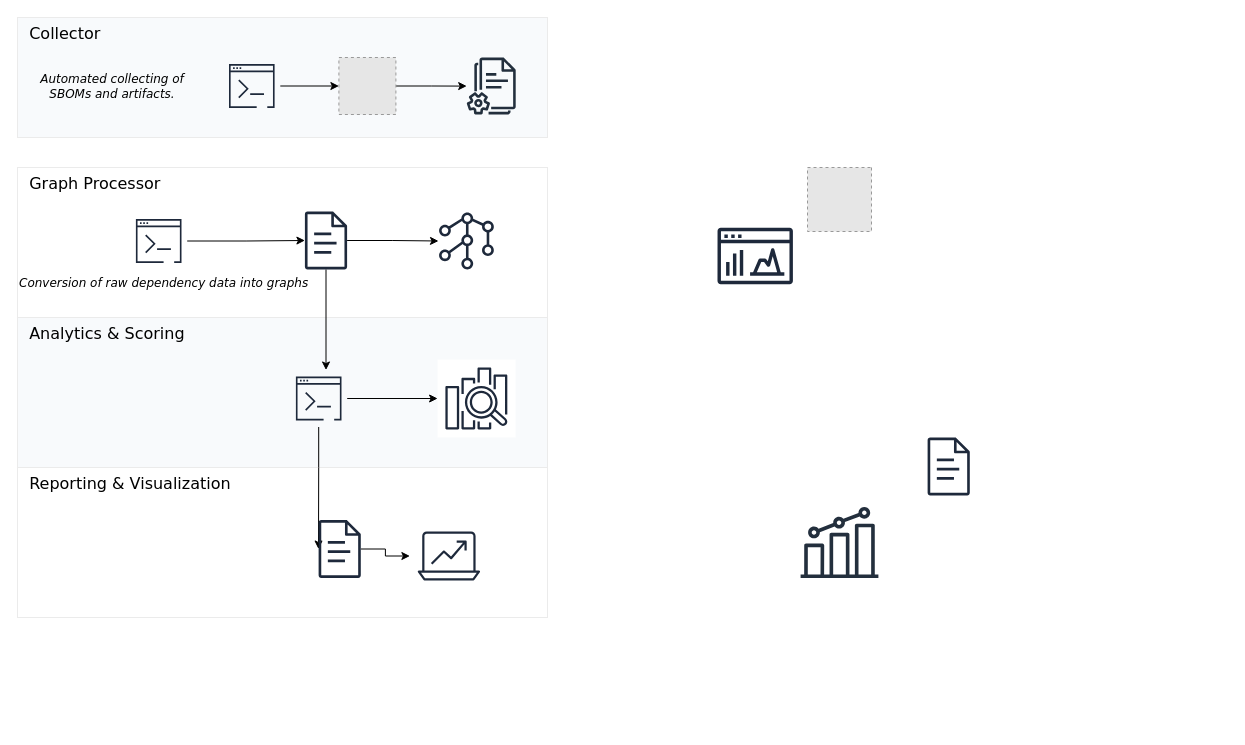
Above: workflow_diagram.drawio in sergio-oliveira-br/GraphAOT (draw.io), before the change. Source tidied: cells renumbered, new cells numbered last; positions are measured from the earlier drawing's top-left corner, leaving out a move shared by most shapes. Both pictures are drawn from the tidied source at 100%, with x=0, y=0 at pixel (17, 17). Pictures stored in the file or linked from it are replaced by grey dashed boxes.
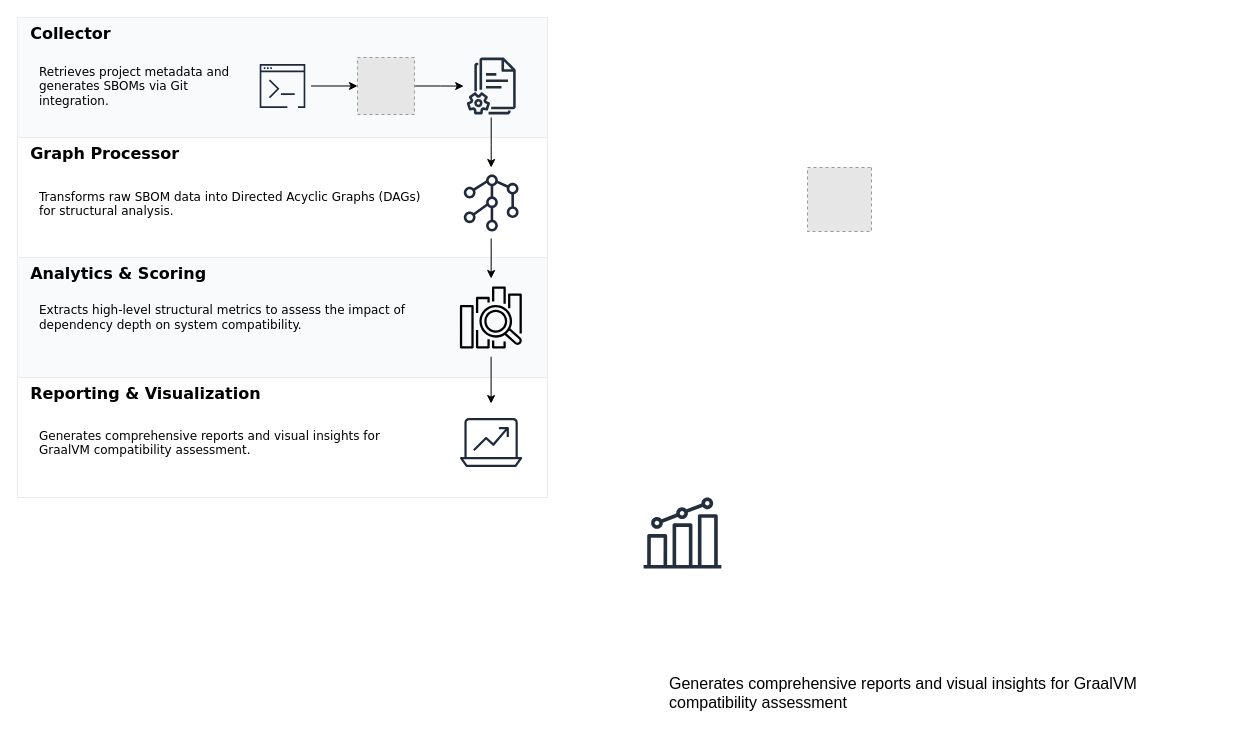
The same diagram, later.

Change to the diagram source:
```diff
@@
-    <mxCell id="2" value="&lt;span style=&quot;font-size: medium;&quot;&gt;&lt;font face=&quot;Verdana&quot;&gt;&amp;nbsp; Collector&lt;/font&gt;&lt;/span&gt;" style="verticalAlign=top;fontStyle=0;whiteSpace=wrap;html=1;align=left;glass=0;fillStyle=auto;strokeColor=light-dark(#ebebeb, #ededed);fillColor=light-dark(#F8FAFC,#EDEDED);" parent="1" vertex="1">
+    <mxCell id="2" value="&lt;span style=&quot;font-size: medium;&quot;&gt;&lt;font face=&quot;Verdana&quot;&gt;&lt;b&gt;&amp;nbsp; Collector&lt;/b&gt;&lt;/font&gt;&lt;/span&gt;" style="verticalAlign=top;fontStyle=0;whiteSpace=wrap;html=1;align=left;glass=0;fillStyle=auto;strokeColor=light-dark(#ebebeb, #ededed);fillColor=light-dark(#F8FAFC,#EDEDED);" parent="1" vertex="1">
       <mxGeometry width="530" height="120" as="geometry" />
     </mxCell>
-    <mxCell id="3" value="&lt;span style=&quot;font-size: medium;&quot;&gt;&lt;font face=&quot;Verdana&quot;&gt;&amp;nbsp; Graph Processor&lt;/font&gt;&lt;/span&gt;" style="verticalAlign=top;fontStyle=0;whiteSpace=wrap;html=1;align=left;strokeColor=light-dark(#ebebeb, #ededed);" parent="1" vertex="1">
-      <mxGeometry y="150" width="530" height="150" as="geometry" />
+    <mxCell id="3" value="&lt;span style=&quot;font-size: medium;&quot;&gt;&lt;font face=&quot;Verdana&quot;&gt;&lt;b&gt;&amp;nbsp; Graph Processor&lt;/b&gt;&lt;/font&gt;&lt;/span&gt;" style="verticalAlign=top;fontStyle=0;whiteSpace=wrap;html=1;align=left;strokeColor=light-dark(#ebebeb, #ededed);fillColor=light-dark(#FFFFFF,#EDEDED);" parent="1" vertex="1">
+      <mxGeometry y="120" width="530" height="120" as="geometry" />
     </mxCell>
-    <mxCell id="4" value="&lt;span style=&quot;font-size: medium;&quot;&gt;&lt;font face=&quot;Verdana&quot;&gt;&amp;nbsp; Analytics &amp;amp; Scoring&lt;/font&gt;&lt;/span&gt;" style="verticalAlign=top;fontStyle=0;whiteSpace=wrap;html=1;align=left;glass=0;fillStyle=auto;strokeColor=light-dark(#ebebeb, #ededed);fillColor=light-dark(#F8FAFC,#EDEDED);" parent="1" vertex="1">
-      <mxGeometry y="300" width="530" height="150" as="geometry" />
+    <mxCell id="4" value="&lt;span style=&quot;font-size: medium;&quot;&gt;&lt;font face=&quot;Verdana&quot;&gt;&lt;b&gt;&amp;nbsp; Analytics &amp;amp; Scoring&lt;/b&gt;&lt;/font&gt;&lt;/span&gt;" style="verticalAlign=top;fontStyle=0;whiteSpace=wrap;html=1;align=left;glass=0;fillStyle=auto;strokeColor=light-dark(#ebebeb, #ededed);fillColor=light-dark(#F8FAFC,#EDEDED);" parent="1" vertex="1">
+      <mxGeometry y="240" width="530" height="120" as="geometry" />
     </mxCell>
-    <mxCell id="5" value="&lt;span style=&quot;font-family: Verdana; font-size: medium;&quot;&gt;&amp;nbsp; Reporting &amp;amp; Visualization&lt;/span&gt;" style="verticalAlign=top;fontStyle=0;whiteSpace=wrap;html=1;align=left;strokeColor=light-dark(#ebebeb, #ededed);" parent="1" vertex="1">
-      <mxGeometry y="450" width="530" height="150" as="geometry" />
+    <mxCell id="5" value="&lt;span style=&quot;font-family: Verdana; font-size: medium;&quot;&gt;&lt;b&gt;&amp;nbsp; Reporting &amp;amp; Visualization&lt;/b&gt;&lt;/span&gt;" style="verticalAlign=top;fontStyle=0;whiteSpace=wrap;html=1;align=left;strokeColor=light-dark(#ebebeb, #ededed);fillColor=#FFFFFF;" parent="1" vertex="1">
+      <mxGeometry y="360" width="530" height="120" as="geometry" />
     </mxCell>
@@
-    <mxCell id="7" style="sketch=0;fontColor=#232F3E;gradientColor=none;fillColor=#1E293B;strokeColor=none;dashed=0;verticalLabelPosition=bottom;verticalAlign=top;align=center;html=1;fontSize=12;fontStyle=0;shape=mxgraph.aws4.document;" parent="1" vertex="1">
-      <mxGeometry x="910" y="420" width="42.4" height="58" as="geometry" />
-    </mxCell>
     <mxCell id="8" style="sketch=0;points=[[0,0,0],[0.25,0,0],[0.5,0,0],[0.75,0,0],[1,0,0],[0,1,0],[0.25,1,0],[0.5,1,0],[0.75,1,0],[1,1,0],[0,0.25,0],[0,0.5,0],[0,0.75,0],[1,0.25,0],[1,0.5,0],[1,0.75,0]];outlineConnect=0;fontColor=#232F3E;fillColor=none;strokeColor=#1E293B;dashed=0;verticalLabelPosition=bottom;verticalAlign=top;align=center;html=1;fontSize=12;fontStyle=0;shape=mxgraph.aws4.resourceIcon;resIcon=mxgraph.aws4.analytics;" parent="1" vertex="1">
-      <mxGeometry x="392.4" y="499.5" width="78" height="78" as="geometry" />
+      <mxGeometry x="434.6" y="386" width="78" height="78" as="geometry" />
     </mxCell>
-    <mxCell id="9" style="sketch=0;fontColor=#232F3E;gradientColor=none;fillColor=#1E293B;strokeColor=none;dashed=0;verticalLabelPosition=bottom;verticalAlign=top;align=center;html=1;fontSize=12;fontStyle=0;shape=mxgraph.aws4.opensearch_dashboards;" parent="1" vertex="1">
-      <mxGeometry x="700" y="210" width="75.4" height="57" as="geometry" />
-    </mxCell>
+    <mxCell id="30" style="edgeStyle=orthogonalEdgeStyle;rounded=0;jettySize=auto;html=1;" parent="1" edge="1" source="10" target="8">
+      <mxGeometry relative="1" as="geometry">
+        <Array as="points">
+          <mxPoint x="474" y="430" />
+          <mxPoint x="474" y="430" />
+        </Array>
+      </mxGeometry>
+    </mxCell>
-    <mxCell id="10" style="sketch=0;points=[[0,0,0],[0.25,0,0],[0.5,0,0],[0.75,0,0],[1,0,0],[0,1,0],[0.25,1,0],[0.5,1,0],[0.75,1,0],[1,1,0],[0,0.25,0],[0,0.5,0],[0,0.75,0],[1,0.25,0],[1,0.5,0],[1,0.75,0]];outlineConnect=0;fontColor=#232F3E;fillColor=light-dark(#ffffff, #b17dff);strokeColor=#1E293B;dashed=0;verticalLabelPosition=bottom;verticalAlign=top;align=center;html=1;fontSize=12;fontStyle=0;shape=mxgraph.aws4.resourceIcon;resIcon=mxgraph.aws4.elasticsearch_service;" parent="1" vertex="1">
-      <mxGeometry x="420.1" y="342" width="78" height="78" as="geometry" />
+    <mxCell id="10" style="sketch=0;points=[[0,0,0],[0.25,0,0],[0.5,0,0],[0.75,0,0],[1,0,0],[0,1,0],[0.25,1,0],[0.5,1,0],[0.75,1,0],[1,1,0],[0,0.25,0],[0,0.5,0],[0,0.75,0],[1,0.25,0],[1,0.5,0],[1,0.75,0]];outlineConnect=0;fontColor=#232F3E;fillColor=light-dark(#F8FAFC,#EDEDED);strokeColor=default;dashed=0;verticalLabelPosition=bottom;verticalAlign=top;align=center;html=1;fontSize=12;fontStyle=0;shape=mxgraph.aws4.resourceIcon;resIcon=mxgraph.aws4.elasticsearch_service;" parent="1" vertex="1">
+      <mxGeometry x="434.6" y="261" width="78" height="78" as="geometry" />
     </mxCell>
+    <mxCell id="31" style="edgeStyle=orthogonalEdgeStyle;rounded=0;jettySize=auto;html=1;" parent="1" edge="1" source="11" target="10">
+      <mxGeometry relative="1" as="geometry" />
+    </mxCell>
-    <mxCell id="11" style="sketch=0;outlineConnect=0;fontColor=#232F3E;gradientColor=none;fillColor=#1E293B;strokeColor=none;dashed=0;verticalLabelPosition=bottom;verticalAlign=top;align=center;html=1;fontSize=12;fontStyle=0;shape=mxgraph.aws4.mesh;rotation=-180;" parent="1" vertex="1">
-      <mxGeometry x="420.1" y="195" width="57.7" height="57" as="geometry" />
+    <mxCell id="11" style="sketch=0;outlineConnect=0;fontColor=#232F3E;gradientColor=none;fillColor=#1E293B;strokeColor=none;dashed=0;verticalLabelPosition=bottom;verticalAlign=top;align=center;html=1;fontSize=12;fontStyle=0;shape=mxgraph.aws4.mesh;rotation=-180;perimeterSpacing=7;" parent="1" vertex="1">
+      <mxGeometry x="444.8" y="157" width="57.7" height="57" as="geometry" />
     </mxCell>
     <mxCell id="12" style="sketch=0;fontColor=#232F3E;gradientColor=none;fillColor=#232F3D;strokeColor=none;dashed=0;verticalLabelPosition=bottom;verticalAlign=top;align=center;html=1;fontSize=12;fontStyle=0;shape=mxgraph.aws4.metrics;" parent="1" vertex="1">
-      <mxGeometry x="783" y="489.5" width="78" height="71" as="geometry" />
+      <mxGeometry x="626" y="480" width="78" height="71" as="geometry" />
     </mxCell>
+    <mxCell id="32" style="edgeStyle=orthogonalEdgeStyle;rounded=0;jettySize=auto;html=1;" parent="1" edge="1" source="13" target="11">
+      <mxGeometry relative="1" as="geometry" />
+    </mxCell>
-    <mxCell id="13" style="sketch=0;outlineConnect=0;fontColor=#232F3E;gradientColor=none;fillColor=#232F3D;strokeColor=none;dashed=0;verticalLabelPosition=bottom;verticalAlign=top;align=center;html=1;fontSize=12;fontStyle=0;shape=mxgraph.aws4.documents2;" parent="1" vertex="1">
+    <mxCell id="13" style="sketch=0;outlineConnect=0;fontColor=#232F3E;gradientColor=none;fillColor=#232F3D;strokeColor=none;dashed=0;verticalLabelPosition=bottom;verticalAlign=top;align=center;html=1;fontSize=12;fontStyle=0;shape=mxgraph.aws4.documents2;perimeterSpacing=3;" parent="1" vertex="1">
       <mxGeometry x="449.2" y="40" width="49" height="57" as="geometry" />
     </mxCell>
-    <mxCell id="14" style="edgeStyle=orthogonalEdgeStyle;rounded=0;jettySize=auto;html=1;" parent="1" edge="1" source="15" target="20">
-      <mxGeometry relative="1" as="geometry" />
-    </mxCell>
-    <mxCell id="15" style="sketch=0;points=[[0,0,0],[0.25,0,0],[0.5,0,0],[0.75,0,0],[1,0,0],[0,1,0],[0.25,1,0],[0.5,1,0],[0.75,1,0],[1,1,0],[0,0.25,0],[0,0.5,0],[0,0.75,0],[1,0.25,0],[1,0.5,0],[1,0.75,0]];outlineConnect=0;fontColor=#232F3E;fillColor=none;strokeColor=#1E293B;dashed=0;verticalLabelPosition=bottom;verticalAlign=top;align=center;html=1;fontSize=12;fontStyle=0;shape=mxgraph.aws4.resourceIcon;resIcon=mxgraph.aws4.command_line_interface;" parent="1" vertex="1">
-      <mxGeometry x="112.7" y="195" width="57" height="57" as="geometry" />
-    </mxCell>
@@
     <mxCell id="17" style="fillColor=#E6E6E6;strokeColor=#999999;dashed=1;html=1;verticalAlign=top;verticalLabelPosition=bottom;labelBackgroundColor=#ffffff;" parent="1" vertex="1">
-      <mxGeometry x="321.4" y="40" width="57" height="57" as="geometry" />
+      <mxGeometry x="340" y="40" width="57" height="57" as="geometry" />
     </mxCell>
-    <mxCell id="18" style="edgeStyle=orthogonalEdgeStyle;rounded=0;jettySize=auto;html=1;" parent="1" edge="1" source="20" target="11">
-      <mxGeometry relative="1" as="geometry" />
-    </mxCell>
-    <mxCell id="19" style="edgeStyle=orthogonalEdgeStyle;rounded=0;jettySize=auto;html=1;" parent="1" edge="1" source="20" target="25">
-      <mxGeometry relative="1" as="geometry">
-        <Array as="points">
-          <mxPoint x="309" y="381" />
-        </Array>
-      </mxGeometry>
-    </mxCell>
-    <mxCell id="20" style="sketch=0;outlineConnect=0;fontColor=#232F3E;gradientColor=none;fillColor=#1E293B;strokeColor=none;dashed=0;verticalLabelPosition=bottom;verticalAlign=top;align=center;html=1;fontSize=12;fontStyle=0;shape=mxgraph.aws4.document;" parent="1" vertex="1">
-      <mxGeometry x="287.3" y="194" width="42.4" height="58" as="geometry" />
-    </mxCell>
@@
     <mxCell id="22" style="sketch=0;points=[[0,0,0],[0.25,0,0],[0.5,0,0],[0.75,0,0],[1,0,0],[0,1,0],[0.25,1,0],[0.5,1,0],[0.75,1,0],[1,1,0],[0,0.25,0],[0,0.5,0],[0,0.75,0],[1,0.25,0],[1,0.5,0],[1,0.75,0]];outlineConnect=0;fontColor=#232F3E;fillColor=none;strokeColor=#1E293B;dashed=0;verticalLabelPosition=bottom;verticalAlign=top;align=center;html=1;fontSize=12;fontStyle=0;shape=mxgraph.aws4.resourceIcon;resIcon=mxgraph.aws4.command_line_interface;" parent="1" vertex="1">
-      <mxGeometry x="205.8" y="40" width="57" height="57" as="geometry" />
+      <mxGeometry x="236.5" y="40" width="57" height="57" as="geometry" />
     </mxCell>
-    <mxCell id="23" style="edgeStyle=orthogonalEdgeStyle;rounded=0;jettySize=auto;html=1;" parent="1" edge="1" source="25" target="27">
-      <mxGeometry relative="1" as="geometry">
-        <Array as="points">
-          <mxPoint x="301" y="450" />
-          <mxPoint x="301" y="450" />
-        </Array>
-      </mxGeometry>
-    </mxCell>
-    <mxCell id="24" style="edgeStyle=orthogonalEdgeStyle;rounded=0;jettySize=auto;html=1;" parent="1" edge="1" source="25" target="10">
-      <mxGeometry relative="1" as="geometry" />
-    </mxCell>
-    <mxCell id="25" style="sketch=0;points=[[0,0,0],[0.25,0,0],[0.5,0,0],[0.75,0,0],[1,0,0],[0,1,0],[0.25,1,0],[0.5,1,0],[0.75,1,0],[1,1,0],[0,0.25,0],[0,0.5,0],[0,0.75,0],[1,0.25,0],[1,0.5,0],[1,0.75,0]];outlineConnect=0;fontColor=#232F3E;fillColor=none;strokeColor=#1E293B;dashed=0;verticalLabelPosition=bottom;verticalAlign=top;align=center;html=1;fontSize=12;fontStyle=0;shape=mxgraph.aws4.resourceIcon;resIcon=mxgraph.aws4.command_line_interface;" parent="1" vertex="1">
-      <mxGeometry x="272.7" y="352.5" width="57" height="57" as="geometry" />
-    </mxCell>
-    <mxCell id="26" style="edgeStyle=orthogonalEdgeStyle;rounded=0;jettySize=auto;html=1;" parent="1" edge="1" source="27" target="8">
-      <mxGeometry relative="1" as="geometry" />
-    </mxCell>
-    <mxCell id="27" style="sketch=0;outlineConnect=0;fontColor=#232F3E;gradientColor=none;fillColor=#1E293B;strokeColor=none;dashed=0;verticalLabelPosition=bottom;verticalAlign=top;align=center;html=1;fontSize=12;fontStyle=0;shape=mxgraph.aws4.document;" parent="1" vertex="1">
-      <mxGeometry x="301" y="502.5" width="42.4" height="58" as="geometry" />
-    </mxCell>
-    <mxCell id="28" value="&lt;i style=&quot;text-align: start;&quot;&gt;Automated collecting of SBOMs and artifacts.&lt;/i&gt;" style="text;html=1;whiteSpace=wrap;strokeColor=none;fillColor=none;align=center;verticalAlign=middle;rounded=0;fontFamily=Verdana;" parent="1" vertex="1">
-      <mxGeometry y="48.5" width="190" height="40" as="geometry" />
+    <mxCell id="28" value="&lt;span style=&quot;&quot;&gt;Retrieves project metadata and generates SBOMs via Git integration.&lt;/span&gt;" style="text;html=1;whiteSpace=wrap;strokeColor=none;fillColor=none;align=left;verticalAlign=middle;rounded=0;fontFamily=Verdana;fontSize=12;" parent="1" vertex="1">
+      <mxGeometry x="20" y="28.5" width="220" height="80" as="geometry" />
     </mxCell>
-    <mxCell id="29" value="&lt;i style=&quot;font-variant-caps: normal; font-weight: 400; letter-spacing: normal; orphans: 2; text-align: start; text-indent: 0px; text-transform: none; white-space: normal; widows: 2; word-spacing: 0px; -webkit-text-stroke-width: 0px; text-decoration-line: none; text-decoration-thickness: auto; text-decoration-style: solid; caret-color: rgb(0, 0, 0); color: rgb(0, 0, 0);&quot;&gt;Conversion of raw dependency data into graphs&lt;/i&gt;" style="text;whiteSpace=wrap;html=1;fontFamily=Verdana;" parent="1" vertex="1">
-      <mxGeometry y="252" width="380" height="40" as="geometry" />
+    <mxCell id="29" value="&lt;font&gt;Transforms raw SBOM data into Directed Acyclic Graphs (DAGs) for structural analysis.&lt;/font&gt;" style="text;whiteSpace=wrap;html=1;fontFamily=Verdana;" parent="1" vertex="1">
+      <mxGeometry x="20" y="165.5" width="390" height="40" as="geometry" />
     </mxCell>
+    <mxCell id="33" value="&lt;font face=&quot;Verdana&quot;&gt;Extracts high-level structural metrics to assess the impact of dependency depth on system compatibility.&lt;/font&gt;" style="text;html=1;whiteSpace=wrap;strokeColor=none;fillColor=none;align=left;verticalAlign=middle;rounded=0;" parent="1" vertex="1">
+      <mxGeometry x="20" y="280" width="390" height="40" as="geometry" />
+    </mxCell>
+    <mxCell id="34" value="&lt;span style=&quot;font-style: normal; font-variant-caps: normal; font-weight: 400; letter-spacing: normal; orphans: 2; text-align: start; text-indent: 0px; text-transform: none; white-space: normal; widows: 2; word-spacing: 0px; -webkit-text-stroke-width: 0px; text-decoration: none; caret-color: rgb(0, 0, 0); color: rgb(0, 0, 0); font-size: medium; float: none; display: inline !important;&quot;&gt;Generates comprehensive reports and visual insights for GraalVM compatibility assessment&lt;/span&gt;" style="text;whiteSpace=wrap;html=1;" parent="1" vertex="1">
+      <mxGeometry x="650" y="650" width="560" height="60" as="geometry" />
+    </mxCell>
+    <mxCell id="35" value="&lt;span style=&quot;font-style: normal; font-variant-caps: normal; font-weight: 400; letter-spacing: normal; orphans: 2; text-align: start; text-indent: 0px; text-transform: none; white-space: normal; widows: 2; word-spacing: 0px; -webkit-text-stroke-width: 0px; text-decoration: none; caret-color: rgb(0, 0, 0); color: rgb(0, 0, 0); float: none; display: inline !important;&quot;&gt;&lt;font&gt;Generates comprehensive reports and visual insights for GraalVM compatibility assessment.&lt;/font&gt;&lt;/span&gt;" style="text;whiteSpace=wrap;html=1;fontFamily=Verdana;" parent="1" vertex="1">
+      <mxGeometry x="20" y="405" width="390" height="40" as="geometry" />
+    </mxCell>
```
